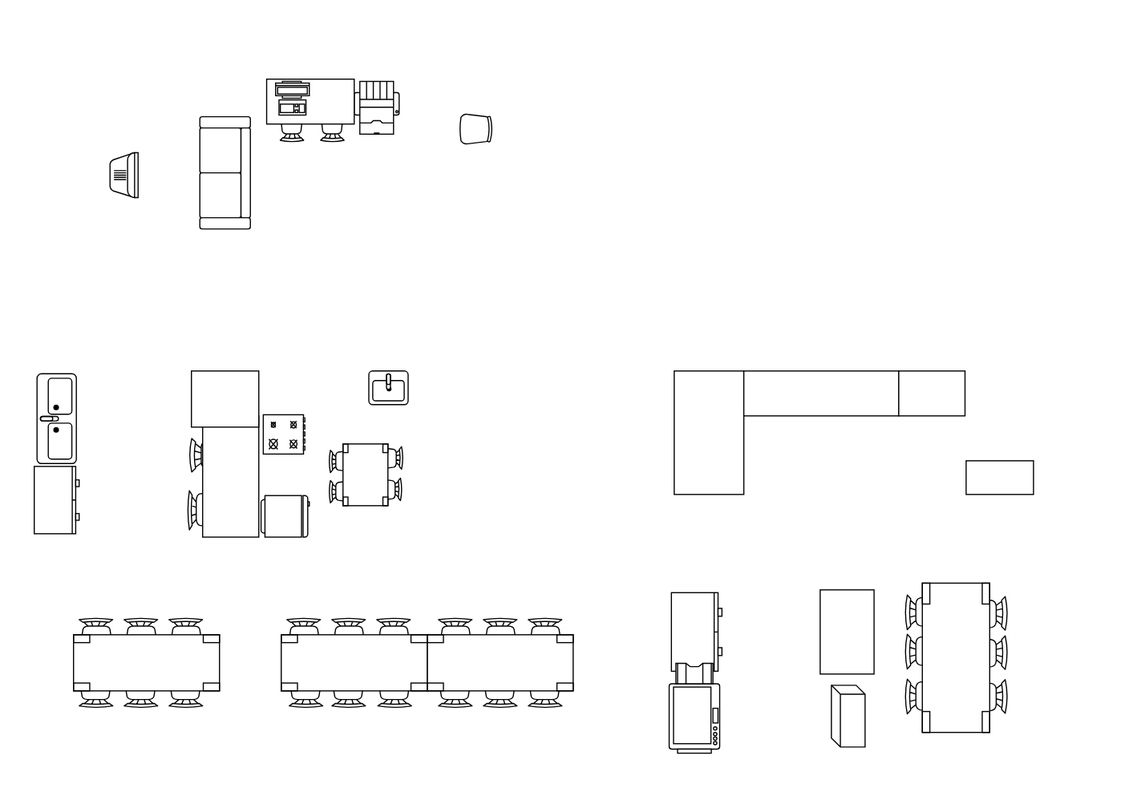
Before: config/rzl/assets/layers/details.svg, a diagram exported from draw.io (uwap/mqtt-control-map). Source tidied: cells renumbered, new cells last; positions are measured from the earlier drawing's top-left corner, leaving out a move shared by most shapes.
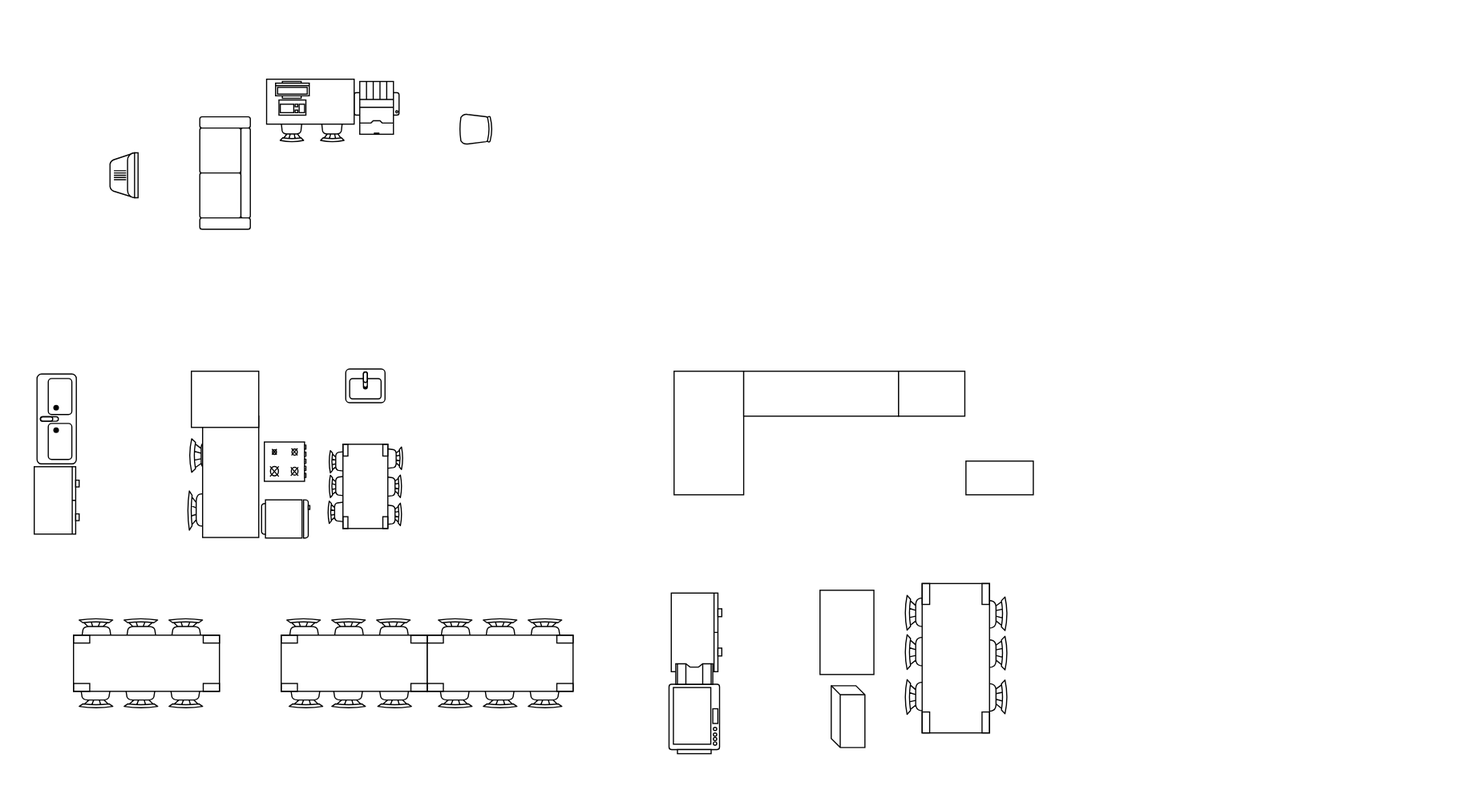
The same file after the commit.

Change to the diagram source:
```diff
@@ -14,12 +14,24 @@
         <mxPoint x="1000" y="700" as="targetPoint" />
       </mxGeometry>
     </mxCell>
+    <mxCell id="63" style="endArrow=none;html=1;" parent="1" edge="1">
+      <mxGeometry relative="1" as="geometry">
+        <mxPoint x="1320" y="720" as="sourcePoint" />
+        <mxPoint x="1320" y="720" as="targetPoint" />
+      </mxGeometry>
+    </mxCell>
     <mxCell id="4" value="Details" parent="0" />
+    <mxCell id="64" style="verticalLabelPosition=bottom;html=1;verticalAlign=top;align=center;strokeWidth=1;shape=mxgraph.floorplan.chair;rotation=-90;" parent="4" vertex="1">
+      <mxGeometry x="294" y="443" width="20" height="25" as="geometry" />
+    </mxCell>
+    <mxCell id="65" style="verticalLabelPosition=bottom;html=1;verticalAlign=top;align=center;strokeWidth=1;shape=mxgraph.floorplan.chair;rotation=90;" parent="4" vertex="1">
+      <mxGeometry x="335" y="420" width="20" height="25" as="geometry" />
+    </mxCell>
     <mxCell id="5" style="verticalLabelPosition=bottom;html=1;verticalAlign=top;align=center;strokeWidth=1;shape=mxgraph.floorplan.chair;rotation=-90;" parent="4" vertex="1">
       <mxGeometry x="175" y="383" width="30" height="44" as="geometry" />
     </mxCell>
     <mxCell id="6" style="verticalLabelPosition=bottom;html=1;verticalAlign=top;align=center;strokeWidth=1;shape=mxgraph.floorplan.chair;rotation=-90;" parent="4" vertex="1">
-      <mxGeometry x="295" y="425" width="20" height="25" as="geometry" />
+      <mxGeometry x="295" y="420" width="20" height="25" as="geometry" />
     </mxCell>
     <mxCell id="7" style="verticalLabelPosition=bottom;html=1;verticalAlign=top;align=center;strokeWidth=1;shape=mxgraph.floorplan.chair;rotation=-90;" parent="4" vertex="1">
       <mxGeometry x="295" y="398" width="20" height="25" as="geometry" />
@@ -109,22 +121,22 @@
       <mxGeometry x="65" y="565" width="130" height="50" as="geometry" />
     </mxCell>
     <mxCell id="36" style="verticalLabelPosition=bottom;html=1;verticalAlign=top;align=center;strokeWidth=1;shape=mxgraph.floorplan.chair;rotation=90;" parent="4" vertex="1">
-      <mxGeometry x="335" y="423" width="20" height="25" as="geometry" />
+      <mxGeometry x="335" y="445" width="20" height="25" as="geometry" />
     </mxCell>
     <mxCell id="37" style="verticalLabelPosition=bottom;html=1;verticalAlign=top;align=center;strokeWidth=1;shape=mxgraph.floorplan.chair;rotation=90;" parent="4" vertex="1">
       <mxGeometry x="336" y="395" width="20" height="25" as="geometry" />
     </mxCell>
     <mxCell id="38" style="verticalLabelPosition=bottom;html=1;verticalAlign=top;align=center;strokeWidth=1;shape=mxgraph.floorplan.table;" parent="4" vertex="1">
-      <mxGeometry x="305" y="395" width="40" height="55" as="geometry" />
+      <mxGeometry x="305" y="395" width="40" height="75" as="geometry" />
     </mxCell>
     <mxCell id="39" style="verticalLabelPosition=bottom;html=1;verticalAlign=top;align=center;strokeWidth=1;shape=mxgraph.floorplan.refrigerator;rotation=-90;" parent="4" vertex="1">
-      <mxGeometry x="235" y="438" width="37" height="43" as="geometry" />
+      <mxGeometry x="237" y="440" width="34" height="43" as="geometry" />
     </mxCell>
     <mxCell id="40" style="verticalLabelPosition=bottom;html=1;verticalAlign=top;align=center;strokeWidth=1;shape=mxgraph.floorplan.range_1;rotation=-90;" parent="4" vertex="1">
-      <mxGeometry x="235" y="368" width="35" height="37" as="geometry" />
+      <mxGeometry x="236" y="392" width="35" height="37" as="geometry" />
     </mxCell>
     <mxCell id="41" value="&lt;div&gt;&lt;br&gt;&lt;/div&gt;" style="verticalLabelPosition=bottom;html=1;verticalAlign=top;align=center;strokeWidth=1;shape=mxgraph.floorplan.sink_2;" parent="4" vertex="1">
-      <mxGeometry x="328" y="330" width="35" height="30" as="geometry" />
+      <mxGeometry x="307.5" y="328" width="35" height="30" as="geometry" />
     </mxCell>
     <mxCell id="42" style="verticalLabelPosition=bottom;html=1;verticalAlign=top;align=center;strokeWidth=1;shape=mxgraph.floorplan.chair;rotation=-90;" parent="4" vertex="1">
       <mxGeometry x="165" y="438" width="35" height="32" as="geometry" />
```
